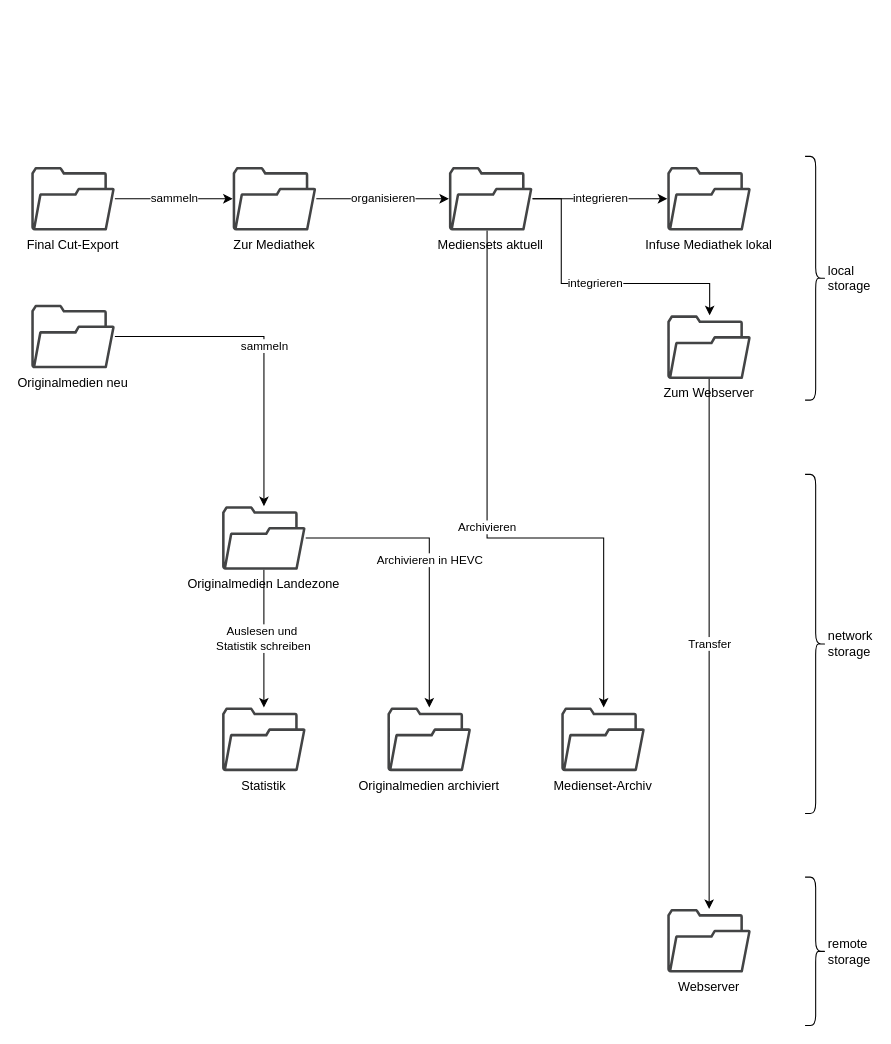
Above: docs/DataFlow.drawio in kurmann/videoschnitt (draw.io), before the change. Source tidied: cells renumbered, new cells numbered last; positions are measured from the earlier drawing's top-left corner, leaving out a move shared by most shapes. Both pictures are drawn from the tidied source at 106%, with x=0, y=0 at pixel (31, 156).
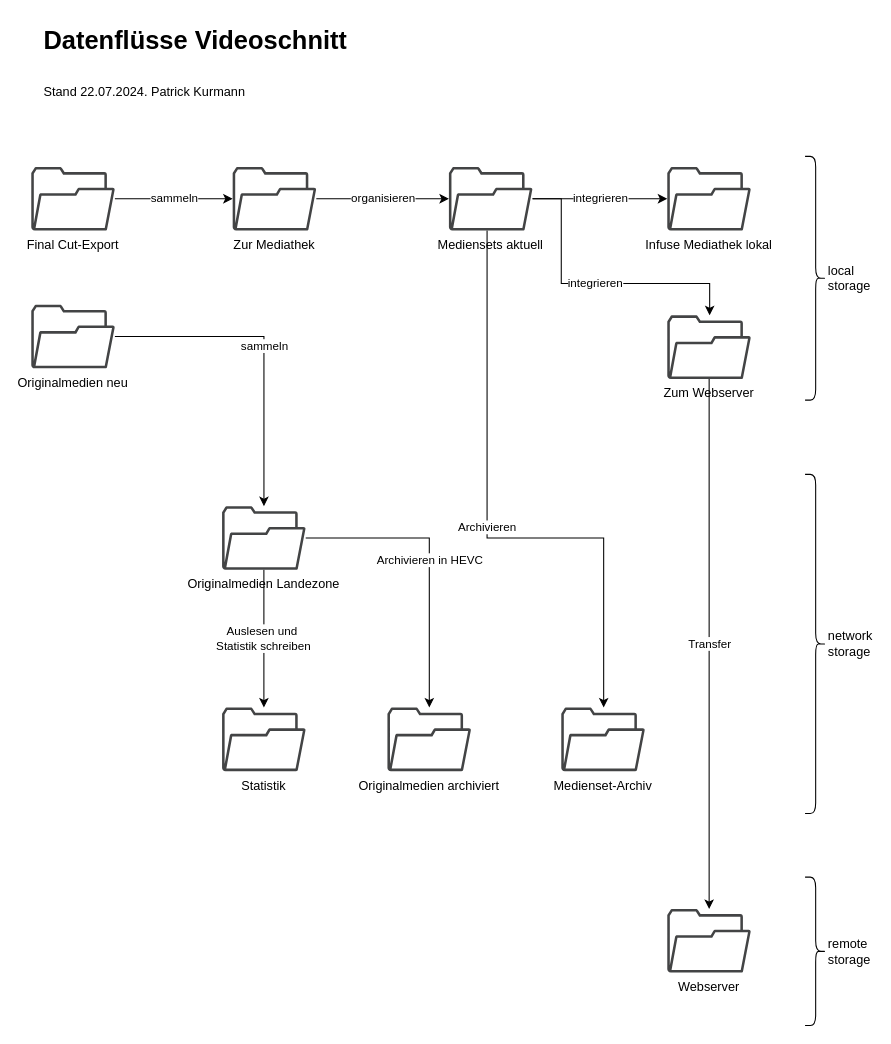
The same diagram, later.

The edit, as a diff of the source:
```diff
@@
+    <mxCell id="25" value="&lt;h1 style=&quot;margin-top: 0px;&quot;&gt;&lt;span style=&quot;background-color: initial;&quot;&gt;Datenflüsse Videoschnitt&lt;/span&gt;&lt;/h1&gt;&lt;h1 style=&quot;margin-top: 0px;&quot;&gt;&lt;span style=&quot;font-size: 12px; font-weight: 400;&quot;&gt;Stand 22.07.2024. Patrick Kurmann&lt;/span&gt;&lt;/h1&gt;" style="text;html=1;whiteSpace=wrap;overflow=hidden;rounded=0;" parent="1" vertex="1">
+      <mxGeometry x="10" y="-130" width="390" height="120" as="geometry" />
+    </mxCell>
```
